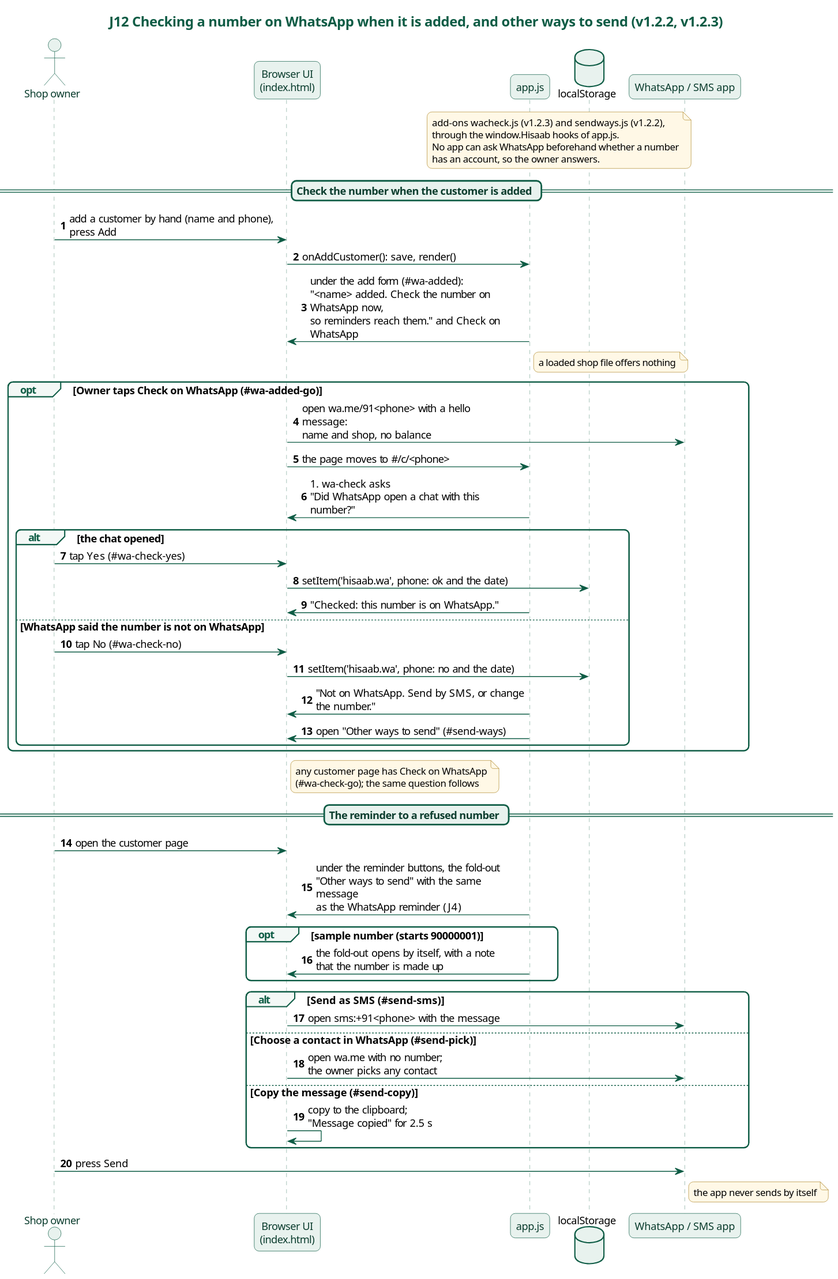
This is docs/diagrams/j12-whatsapp-check-and-other-ways.svg from karwasanjay007/hisaab-docs, a PlantUML export, as it was before one commit. Source of this version:
```plantuml
@startuml
title J12 Checking a number on WhatsApp when it is added, and other ways to send (v1.2.2, v1.2.3)
skinparam backgroundColor white
skinparam defaultFontName "Noto Sans"
skinparam defaultFontSize 13
skinparam roundCorner 12
skinparam shadowing false
skinparam maxMessageSize 260
skinparam titleFontSize 17
skinparam titleFontColor #0E5C45
skinparam sequenceMessageAlign left
skinparam responseMessageBelowArrow true
skinparam sequence {
  ArrowColor #0E5C45
  LifeLineBorderColor #7FA89A
  LifeLineBackgroundColor #E8F2EE
  ParticipantBorderColor #0E5C45
  ParticipantBackgroundColor #E8F2EE
  ParticipantFontColor #0B3D2E
  ActorBorderColor #0E5C45
  ActorBackgroundColor #E8F2EE
  ActorFontColor #0B3D2E
  GroupBorderColor #0E5C45
  GroupHeaderFontColor #0E5C45
  GroupBackgroundColor #F3F8F6
  DividerBorderColor #0E5C45
  DividerBackgroundColor #E8F2EE
  DividerFontColor #0B3D2E
  BoxBorderColor #0E5C45
}
skinparam database {
  BorderColor #0E5C45
  BackgroundColor #E8F2EE
}
skinparam note {
  BorderColor #B08A2E
  BackgroundColor #FFF8E6
  FontSize 12
}
actor "Shop owner" as Owner
participant "Browser UI\n(index.html)" as UI
participant "app.js" as App
database "localStorage" as LS
participant "WhatsApp / SMS app" as WA
autonumber
note over App, LS : add-ons wacheck.js (v1.2.3) and sendways.js (v1.2.2),\nthrough the window.Hisaab hooks of app.js.\nNo app can ask WhatsApp beforehand whether a number\nhas an account, so the owner answers.
== Check the number when the customer is added ==
Owner -> UI : add a customer by hand (name and phone), press Add
UI -> App : onAddCustomer(): save, render()
App -> UI : under the add form (#wa-added):\n"<name> added. Check the number on WhatsApp now,\nso reminders reach them." and Check on WhatsApp
note right of App : a loaded shop file offers nothing
opt Owner taps Check on WhatsApp (#wa-added-go)
  UI -> WA : open wa.me/91<phone> with a hello message:\nname and shop, no balance
  UI -> App : the page moves to #/c/<phone>
  App -> UI : #wa-check asks\n"Did WhatsApp open a chat with this number?"
  alt the chat opened
    Owner -> UI : tap Yes (#wa-check-yes)
    UI -> LS : setItem('hisaab.wa', phone: ok and the date)
    App -> UI : "Checked: this number is on WhatsApp."
  else WhatsApp said the number is not on WhatsApp
    Owner -> UI : tap No (#wa-check-no)
    UI -> LS : setItem('hisaab.wa', phone: no and the date)
    App -> UI : "Not on WhatsApp. Send by SMS, or change the number."
    App -> UI : open "Other ways to send" (#send-ways)
  end
end
note right of UI : any customer page has Check on WhatsApp\n(#wa-check-go); the same question follows
== The reminder to a refused number ==
Owner -> UI : open the customer page
App -> UI : under the reminder buttons, the fold-out\n"Other ways to send" with the same message\nas the WhatsApp reminder (J4)
opt sample number (starts 90000001)
  App -> UI : the fold-out opens by itself, with a note\nthat the number is made up
end
alt Send as SMS (#send-sms)
  UI -> WA : open sms:+91<phone> with the message
else Choose a contact in WhatsApp (#send-pick)
  UI -> WA : open wa.me with no number;\nthe owner picks any contact
else Copy the message (#send-copy)
  UI -> UI : copy to the clipboard;\n"Message copied" for 2.5 s
end
Owner -> WA : press Send
note right of WA : the app never sends by itself
@enduml
```
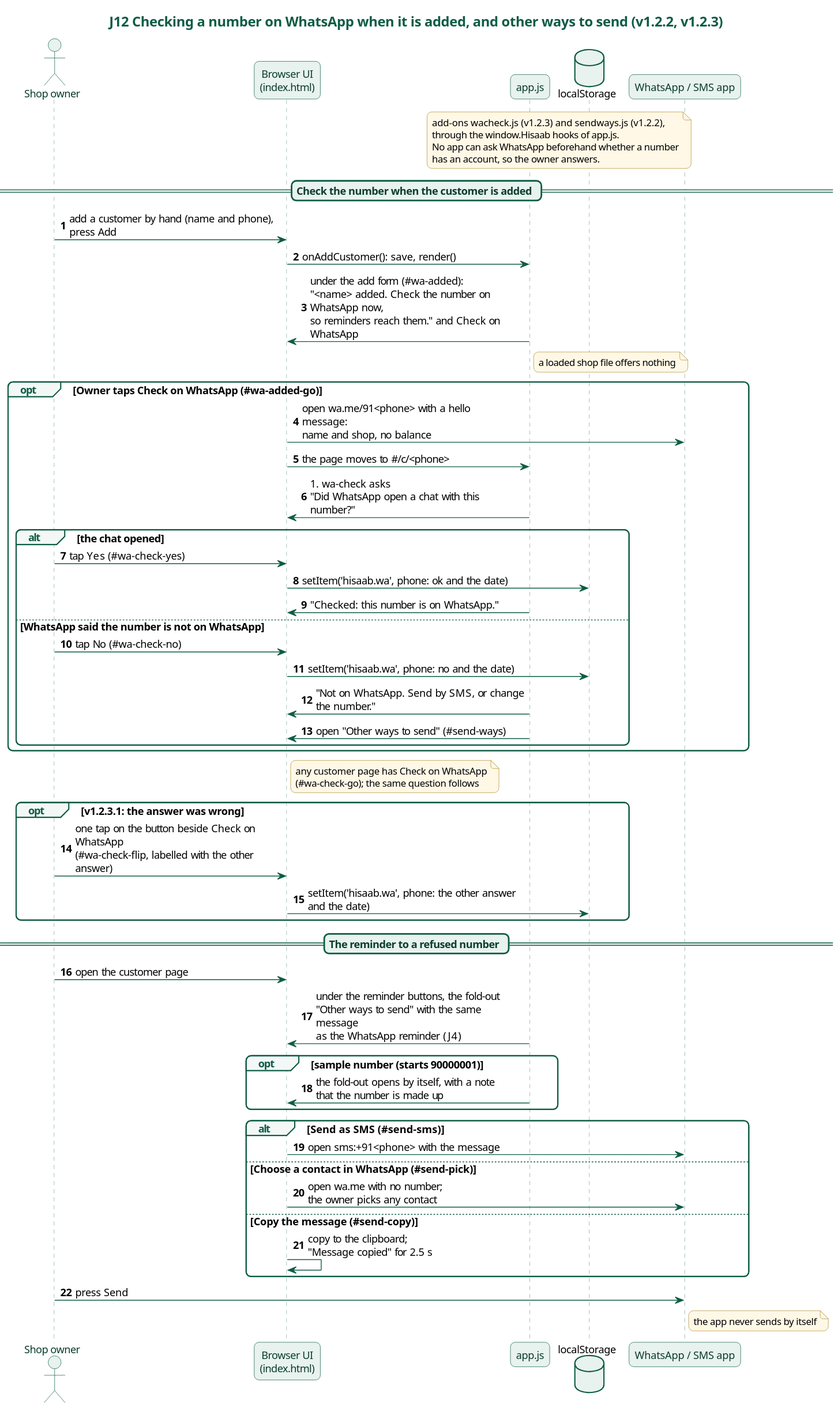
After the change.

Change to the diagram source:
```diff
@@ -65,6 +65,10 @@
   end
 end
 note right of UI : any customer page has Check on WhatsApp\n(#wa-check-go); the same question follows
+opt v1.2.3.1: the answer was wrong
+  Owner -> UI : one tap on the button beside Check on WhatsApp\n(#wa-check-flip, labelled with the other answer)
+  UI -> LS : setItem('hisaab.wa', phone: the other answer and the date)
+end
 == The reminder to a refused number ==
 Owner -> UI : open the customer page
 App -> UI : under the reminder buttons, the fold-out\n"Other ways to send" with the same message\nas the WhatsApp reminder (J4)
```
